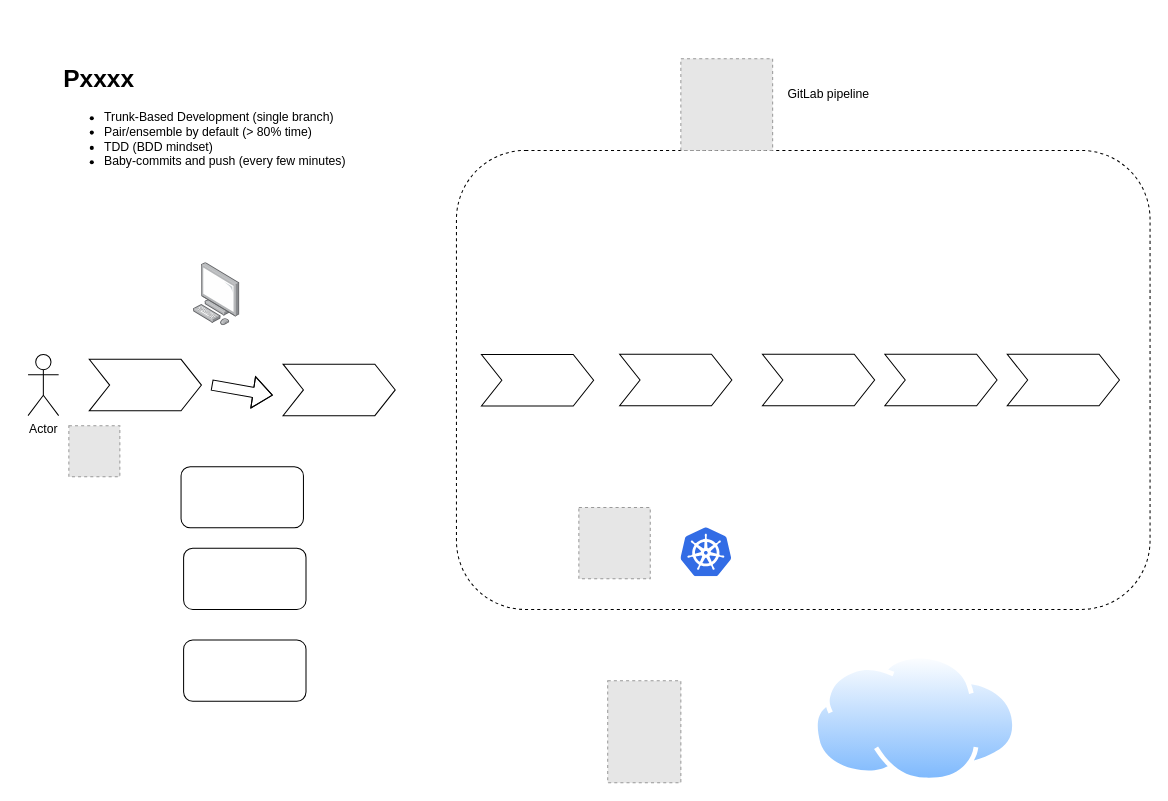
Before: page "Clarity AI" (1 of 2) of talk-master-urjc-continuous-deployment/Charla URJC Despliegue Continuo.drawio in islomar/my-notes, a draw.io diagram. Source tidied: cells renumbered, new cells numbered last; positions are measured from the earlier drawing's top-left corner, leaving out a move shared by most shapes. Both pictures are drawn from the tidied source at 102%, with x=0, y=0 at pixel (28, 58). Pictures stored in the file or linked from it are replaced by grey dashed boxes.
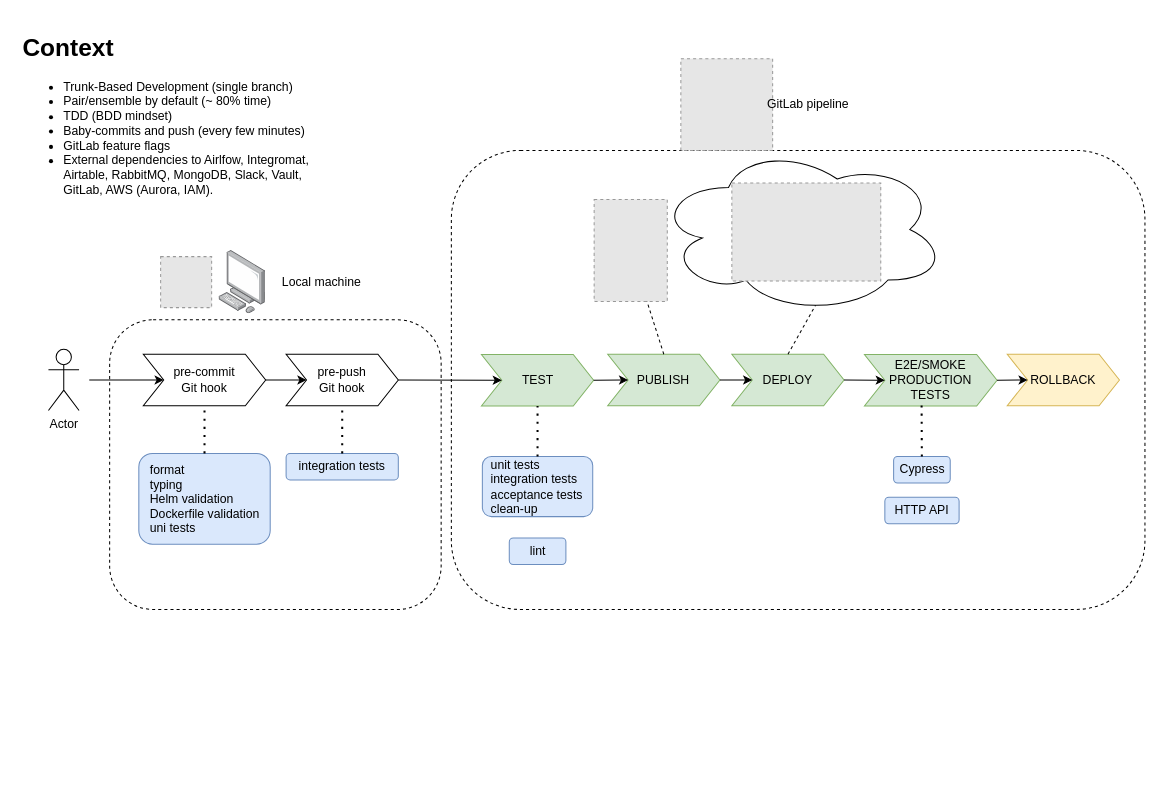
The same page after the edit.

Diff of the diagram source:
```diff
@@
     <mxCell id="2" style="rounded=1;whiteSpace=wrap;html=1;dashed=1;" parent="1" vertex="1">
-      <mxGeometry x="420" y="90" width="680" height="450" as="geometry" />
+      <mxGeometry x="415" y="90" width="680" height="450" as="geometry" />
     </mxCell>
     <mxCell id="3" value="Actor" style="shape=umlActor;verticalLabelPosition=bottom;verticalAlign=top;html=1;" parent="1" vertex="1">
-      <mxGeometry y="290" width="30" height="60" as="geometry" />
+      <mxGeometry x="20" y="285" width="30" height="60" as="geometry" />
     </mxCell>
-    <mxCell id="4" style="shape=flexArrow;endArrow=classic;html=1;rounded=0;sketch=0;" parent="1" edge="1">
-      <mxGeometry relative="1" as="geometry">
-        <mxPoint x="180" y="320" as="sourcePoint" />
-        <mxPoint x="240" y="330" as="targetPoint" />
-        <Array as="points">
-          <mxPoint x="220" y="327" />
-        </Array>
-      </mxGeometry>
-    </mxCell>
     <mxCell id="5" style="fillColor=#E6E6E6;strokeColor=#999999;dashed=1;verticalLabelPosition=bottom;labelBackgroundColor=default;verticalAlign=top;" parent="1" vertex="1">
-      <mxGeometry x="40" y="360" width="50" height="50" as="geometry" />
+      <mxGeometry x="130" y="194.1" width="50" height="50" as="geometry" />
     </mxCell>
     <mxCell id="6" style="html=1;align=center;shadow=0;dashed=0;image;image=img/lib/allied_telesis/computer_and_terminals/Personal_Computer.svg;" parent="1" vertex="1">
-      <mxGeometry x="162.2" y="200" width="45.6" height="61.8" as="geometry" />
+      <mxGeometry x="187.2" y="188.2" width="45.6" height="61.8" as="geometry" />
     </mxCell>
-    <mxCell id="7" style="perimeter=ellipsePerimeter;html=1;align=center;shadow=0;dashed=0;spacingTop=3;image;image=img/lib/active_directory/internet_cloud.svg;" parent="1" vertex="1">
-      <mxGeometry x="770" y="584" width="200" height="126" as="geometry" />
-    </mxCell>
@@
-    <mxCell id="9" style="sketch=0;html=1;align=center;image;fontSize=12;image=img/lib/mscae/Kubernetes.svg;" parent="1" vertex="1">
-      <mxGeometry x="640" y="460" width="50" height="48" as="geometry" />
-    </mxCell>
-    <mxCell id="10" style="fillColor=#E6E6E6;strokeColor=#999999;dashed=1;verticalLabelPosition=bottom;labelBackgroundColor=default;verticalAlign=top;" parent="1" vertex="1">
-      <mxGeometry x="540" y="440" width="70" height="70" as="geometry" />
-    </mxCell>
-    <mxCell id="11" style="shape=step;perimeter=stepPerimeter;whiteSpace=wrap;html=1;fixedSize=1;" parent="1" vertex="1">
-      <mxGeometry x="60" y="294.8" width="110" height="50.5" as="geometry" />
+    <mxCell id="11" value="pre-commit&lt;br&gt;Git hook" style="shape=step;perimeter=stepPerimeter;whiteSpace=wrap;html=1;fixedSize=1;" parent="1" vertex="1">
+      <mxGeometry x="113" y="289.8" width="120" height="50.5" as="geometry" />
     </mxCell>
-    <mxCell id="12" style="rounded=1;whiteSpace=wrap;html=1;" parent="1" vertex="1">
-      <mxGeometry x="150" y="400" width="120" height="60" as="geometry" />
-    </mxCell>
-    <mxCell id="13" style="rounded=1;whiteSpace=wrap;html=1;" parent="1" vertex="1">
-      <mxGeometry x="152.5" y="480" width="120" height="60" as="geometry" />
-    </mxCell>
-    <mxCell id="14" style="rounded=1;whiteSpace=wrap;html=1;" parent="1" vertex="1">
-      <mxGeometry x="152.5" y="570" width="120" height="60" as="geometry" />
-    </mxCell>
     <mxCell id="15" value="GitLab pipeline" style="text;html=1;strokeColor=none;fillColor=none;align=center;verticalAlign=middle;whiteSpace=wrap;rounded=0;dashed=1;" parent="1" vertex="1">
-      <mxGeometry x="730" y="20" width="110" height="30" as="geometry" />
+      <mxGeometry x="710" y="30" width="110" height="30" as="geometry" />
     </mxCell>
     <mxCell id="16" style="fillColor=#E6E6E6;strokeColor=#999999;dashed=1;verticalLabelPosition=bottom;labelBackgroundColor=default;verticalAlign=top;" parent="1" vertex="1">
-      <mxGeometry x="568.3" y="610" width="71.7" height="100" as="geometry" />
+      <mxGeometry x="555" y="138" width="71.7" height="100" as="geometry" />
     </mxCell>
-    <mxCell id="17" value="&lt;h1&gt;Pxxxx&lt;/h1&gt;&lt;p&gt;&lt;/p&gt;&lt;ul&gt;&lt;li&gt;Trunk-Based Development (single branch)&lt;/li&gt;&lt;li&gt;Pair/ensemble by default (&amp;gt; 80% time)&lt;/li&gt;&lt;li&gt;TDD (BDD mindset)&lt;/li&gt;&lt;li&gt;Baby-commits and push (every few minutes)&lt;/li&gt;&lt;/ul&gt;&lt;p&gt;&lt;/p&gt;" style="text;html=1;strokeColor=none;fillColor=none;spacing=5;spacingTop=-20;whiteSpace=wrap;overflow=hidden;rounded=0;dashed=1;" parent="1" vertex="1">
-      <mxGeometry x="30" width="310" height="140" as="geometry" />
+    <mxCell id="17" value="&lt;h1&gt;Context&lt;/h1&gt;&lt;p&gt;&lt;/p&gt;&lt;ul&gt;&lt;li&gt;Trunk-Based Development (single branch)&lt;/li&gt;&lt;li&gt;Pair/ensemble by default (~ 80% time)&lt;/li&gt;&lt;li&gt;TDD (BDD mindset)&lt;/li&gt;&lt;li&gt;Baby-commits and push (every few minutes)&lt;/li&gt;&lt;li&gt;GitLab feature flags&lt;/li&gt;&lt;li&gt;External dependencies to Airlfow, Integromat, Airtable, RabbitMQ, MongoDB, Slack, Vault, GitLab, AWS (Aurora, IAM).&lt;/li&gt;&lt;/ul&gt;&lt;p&gt;&lt;/p&gt;" style="text;html=1;strokeColor=none;fillColor=none;spacing=5;spacingTop=-20;whiteSpace=wrap;overflow=hidden;rounded=0;dashed=1;" parent="1" vertex="1">
+      <mxGeometry x="-10" y="-30" width="310" height="180" as="geometry" />
     </mxCell>
-    <mxCell id="18" style="shape=step;perimeter=stepPerimeter;whiteSpace=wrap;html=1;fixedSize=1;" parent="1" vertex="1">
-      <mxGeometry x="250" y="299.5" width="110" height="50.5" as="geometry" />
+    <mxCell id="18" value="&lt;span style=&quot;&quot;&gt;pre-push&lt;/span&gt;&lt;br style=&quot;&quot;&gt;&lt;span style=&quot;&quot;&gt;Git hook&lt;/span&gt;" style="shape=step;perimeter=stepPerimeter;whiteSpace=wrap;html=1;fixedSize=1;" parent="1" vertex="1">
+      <mxGeometry x="253" y="289.8" width="110" height="50.5" as="geometry" />
     </mxCell>
-    <mxCell id="19" style="shape=step;perimeter=stepPerimeter;whiteSpace=wrap;html=1;fixedSize=1;" parent="1" vertex="1">
+    <mxCell id="19" value="TEST" style="shape=step;perimeter=stepPerimeter;whiteSpace=wrap;html=1;fixedSize=1;fillColor=#d5e8d4;strokeColor=#82b366;" parent="1" vertex="1">
       <mxGeometry x="444.5" y="290" width="110" height="50.5" as="geometry" />
     </mxCell>
-    <mxCell id="20" style="shape=step;perimeter=stepPerimeter;whiteSpace=wrap;html=1;fixedSize=1;" parent="1" vertex="1">
-      <mxGeometry x="580" y="289.8" width="110" height="50.5" as="geometry" />
+    <mxCell id="20" value="PUBLISH" style="shape=step;perimeter=stepPerimeter;whiteSpace=wrap;html=1;fixedSize=1;fillColor=#d5e8d4;strokeColor=#82b366;" parent="1" vertex="1">
+      <mxGeometry x="568.3" y="289.8" width="110" height="50.5" as="geometry" />
     </mxCell>
-    <mxCell id="21" style="shape=step;perimeter=stepPerimeter;whiteSpace=wrap;html=1;fixedSize=1;" parent="1" vertex="1">
-      <mxGeometry x="720" y="289.8" width="110" height="50.5" as="geometry" />
+    <mxCell id="21" value="DEPLOY" style="shape=step;perimeter=stepPerimeter;whiteSpace=wrap;html=1;fixedSize=1;fillColor=#d5e8d4;strokeColor=#82b366;" parent="1" vertex="1">
+      <mxGeometry x="690" y="289.8" width="110" height="50.5" as="geometry" />
     </mxCell>
-    <mxCell id="22" style="shape=step;perimeter=stepPerimeter;whiteSpace=wrap;html=1;fixedSize=1;" parent="1" vertex="1">
-      <mxGeometry x="840" y="289.8" width="110" height="50.5" as="geometry" />
+    <mxCell id="22" value="E2E/SMOKE&lt;br&gt;PRODUCTION&lt;br&gt;TESTS" style="shape=step;perimeter=stepPerimeter;whiteSpace=wrap;html=1;fixedSize=1;fillColor=#d5e8d4;strokeColor=#82b366;" parent="1" vertex="1">
+      <mxGeometry x="820" y="290" width="130" height="50.5" as="geometry" />
     </mxCell>
-    <mxCell id="23" style="shape=step;perimeter=stepPerimeter;whiteSpace=wrap;html=1;fixedSize=1;" parent="1" vertex="1">
+    <mxCell id="23" value="ROLLBACK" style="shape=step;perimeter=stepPerimeter;whiteSpace=wrap;html=1;fixedSize=1;fillColor=#fff2cc;strokeColor=#d6b656;" parent="1" vertex="1">
       <mxGeometry x="960" y="289.8" width="110" height="50.5" as="geometry" />
     </mxCell>
+    <mxCell id="24" value="&lt;div style=&quot;text-align: left;&quot;&gt;&lt;span style=&quot;background-color: initial;&quot;&gt;unit tests&lt;/span&gt;&lt;br&gt;&lt;/div&gt;&lt;div style=&quot;text-align: left;&quot;&gt;&lt;span style=&quot;background-color: initial;&quot;&gt;integration tests&lt;/span&gt;&lt;/div&gt;&lt;div style=&quot;text-align: left;&quot;&gt;&lt;span style=&quot;background-color: initial;&quot;&gt;acceptance tests&lt;/span&gt;&lt;/div&gt;&lt;div style=&quot;text-align: left;&quot;&gt;&lt;span style=&quot;background-color: initial;&quot;&gt;clean-up&lt;/span&gt;&lt;/div&gt;" style="rounded=1;whiteSpace=wrap;html=1;fillColor=#dae8fc;strokeColor=#6c8ebf;" parent="1" vertex="1">
+      <mxGeometry x="445.4" y="390" width="108.2" height="59" as="geometry" />
+    </mxCell>
+    <mxCell id="25" value="lint" style="rounded=1;whiteSpace=wrap;html=1;fillColor=#dae8fc;strokeColor=#6c8ebf;" parent="1" vertex="1">
+      <mxGeometry x="471.8" y="470" width="55.5" height="26" as="geometry" />
+    </mxCell>
+    <mxCell id="26" style="endArrow=classic;html=1;rounded=0;entryX=0;entryY=0.5;entryDx=0;entryDy=0;exitX=1;exitY=0.5;exitDx=0;exitDy=0;" parent="1" edge="1" source="19" target="20">
+      <mxGeometry relative="1" as="geometry" />
+    </mxCell>
+    <mxCell id="27" style="endArrow=classic;html=1;rounded=0;entryX=0;entryY=0.5;entryDx=0;entryDy=0;" parent="1" edge="1" source="20" target="21">
+      <mxGeometry relative="1" as="geometry" />
+    </mxCell>
+    <mxCell id="28" style="endArrow=classic;html=1;rounded=0;entryX=0;entryY=0.5;entryDx=0;entryDy=0;exitX=1;exitY=0.5;exitDx=0;exitDy=0;" parent="1" edge="1" source="21" target="22">
+      <mxGeometry relative="1" as="geometry" />
+    </mxCell>
+    <mxCell id="29" style="endArrow=classic;html=1;rounded=0;entryX=0;entryY=0.5;entryDx=0;entryDy=0;exitX=1;exitY=0.5;exitDx=0;exitDy=0;" parent="1" edge="1" source="22" target="23">
+      <mxGeometry relative="1" as="geometry" />
+    </mxCell>
+    <mxCell id="30" value="Cypress" style="rounded=1;whiteSpace=wrap;html=1;fillColor=#dae8fc;strokeColor=#6c8ebf;" parent="1" vertex="1">
+      <mxGeometry x="848.6" y="390" width="55.5" height="26" as="geometry" />
+    </mxCell>
+    <mxCell id="31" value="HTTP API" style="rounded=1;whiteSpace=wrap;html=1;fillColor=#dae8fc;strokeColor=#6c8ebf;" parent="1" vertex="1">
+      <mxGeometry x="840" y="430" width="72.8" height="26" as="geometry" />
+    </mxCell>
+    <mxCell id="32" style="ellipse;shape=cloud;whiteSpace=wrap;html=1;fillColor=none;" parent="1" vertex="1">
+      <mxGeometry x="615.6" y="85" width="284.4" height="165" as="geometry" />
+    </mxCell>
+    <mxCell id="33" style="endArrow=none;dashed=1;html=1;rounded=0;entryX=0.55;entryY=0.95;entryDx=0;entryDy=0;entryPerimeter=0;exitX=0.5;exitY=0;exitDx=0;exitDy=0;" parent="1" edge="1" source="21" target="32">
+      <mxGeometry relative="1" as="geometry" />
+    </mxCell>
+    <mxCell id="34" style="endArrow=none;dashed=1;html=1;rounded=0;exitX=0.5;exitY=0;exitDx=0;exitDy=0;" parent="1" edge="1" source="20" target="16">
+      <mxGeometry relative="1" as="geometry" />
+    </mxCell>
+    <mxCell id="35" style="endArrow=classic;html=1;rounded=0;entryX=0;entryY=0.5;entryDx=0;entryDy=0;exitX=1;exitY=0.5;exitDx=0;exitDy=0;" parent="1" edge="1" source="18" target="19">
+      <mxGeometry relative="1" as="geometry" />
+    </mxCell>
+    <mxCell id="36" style="endArrow=classic;html=1;rounded=0;entryX=0;entryY=0.5;entryDx=0;entryDy=0;exitX=1;exitY=0.5;exitDx=0;exitDy=0;" parent="1" edge="1" source="11" target="18">
+      <mxGeometry relative="1" as="geometry" />
+    </mxCell>
+    <mxCell id="37" value="&lt;div style=&quot;text-align: left;&quot;&gt;&lt;span style=&quot;background-color: initial;&quot;&gt;format&lt;/span&gt;&lt;br&gt;&lt;span style=&quot;background-color: initial;&quot;&gt;typing&lt;/span&gt;&lt;br&gt;&lt;span style=&quot;background-color: initial;&quot;&gt;Helm validation&lt;/span&gt;&lt;br&gt;&lt;span style=&quot;background-color: initial;&quot;&gt;Dockerfile validation&lt;/span&gt;&lt;br&gt;&lt;span style=&quot;background-color: initial;&quot;&gt;uni tests&lt;/span&gt;&lt;br&gt;&lt;/div&gt;" style="rounded=1;whiteSpace=wrap;html=1;fillColor=#dae8fc;strokeColor=#6c8ebf;" parent="1" vertex="1">
+      <mxGeometry x="108.6" y="387" width="128.8" height="89" as="geometry" />
+    </mxCell>
+    <mxCell id="38" value="integration tests" style="rounded=1;whiteSpace=wrap;html=1;fillColor=#dae8fc;strokeColor=#6c8ebf;" parent="1" vertex="1">
+      <mxGeometry x="253" y="387" width="110" height="26" as="geometry" />
+    </mxCell>
+    <mxCell id="39" style="endArrow=none;dashed=1;html=1;dashPattern=1 3;strokeWidth=2;rounded=0;entryX=0.5;entryY=1;entryDx=0;entryDy=0;exitX=0.5;exitY=0;exitDx=0;exitDy=0;" parent="1" edge="1" source="38" target="18">
+      <mxGeometry relative="1" as="geometry" />
+    </mxCell>
+    <mxCell id="40" style="endArrow=none;dashed=1;html=1;dashPattern=1 3;strokeWidth=2;rounded=0;entryX=0.5;entryY=1;entryDx=0;entryDy=0;" parent="1" edge="1" source="37" target="11">
+      <mxGeometry relative="1" as="geometry" />
+    </mxCell>
+    <mxCell id="41" style="endArrow=none;dashed=1;html=1;dashPattern=1 3;strokeWidth=2;rounded=0;entryX=0.5;entryY=1;entryDx=0;entryDy=0;exitX=0.5;exitY=0;exitDx=0;exitDy=0;" parent="1" edge="1" source="24" target="19">
+      <mxGeometry relative="1" as="geometry" />
+    </mxCell>
+    <mxCell id="42" style="endArrow=none;dashed=1;html=1;dashPattern=1 3;strokeWidth=2;rounded=0;entryX=0.431;entryY=0.99;entryDx=0;entryDy=0;entryPerimeter=0;" parent="1" edge="1" source="30" target="22">
+      <mxGeometry relative="1" as="geometry" />
+    </mxCell>
+    <mxCell id="43" style="fillColor=#E6E6E6;strokeColor=#999999;dashed=1;verticalLabelPosition=bottom;labelBackgroundColor=default;verticalAlign=top;" parent="1" vertex="1">
+      <mxGeometry x="690" y="121.9" width="146" height="96.2" as="geometry" />
+    </mxCell>
+    <mxCell id="44" style="endArrow=classic;html=1;rounded=0;entryX=0;entryY=0.5;entryDx=0;entryDy=0;" parent="1" edge="1" target="11">
+      <mxGeometry relative="1" as="geometry">
+        <mxPoint x="60" y="315" as="sourcePoint" />
+      </mxGeometry>
+    </mxCell>
+    <mxCell id="45" style="rounded=1;whiteSpace=wrap;html=1;dashed=1;fillColor=none;" parent="1" vertex="1">
+      <mxGeometry x="80" y="256" width="325" height="284" as="geometry" />
+    </mxCell>
+    <mxCell id="46" value="Local machine" style="text;html=1;strokeColor=none;fillColor=none;align=center;verticalAlign=middle;whiteSpace=wrap;rounded=0;dashed=1;" parent="1" vertex="1">
+      <mxGeometry x="232.8" y="204.1" width="110" height="30" as="geometry" />
+    </mxCell>
```
